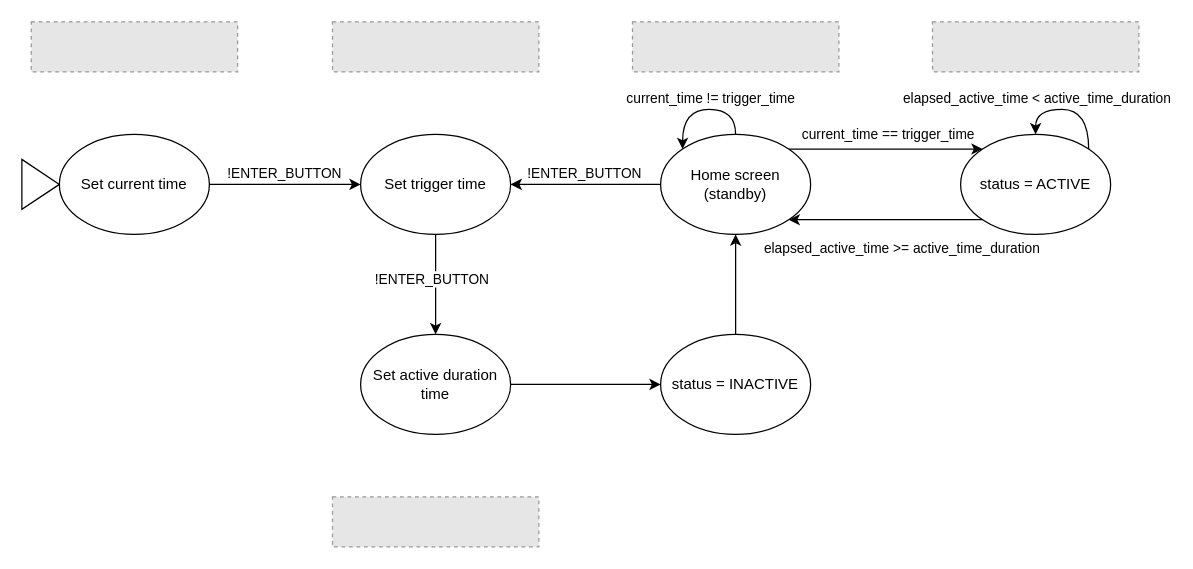
This is state-machine.drawio from teofilosalgado/irrigation-system, a draw.io file, before an edit. Source tidied: cells renumbered, new cells numbered last; positions are measured from the earlier drawing's top-left corner, leaving out a move shared by most shapes. Both pictures are drawn from the tidied source at 125%, with x=0, y=0 at pixel (21, 21). Pictures stored in the file or linked from it are replaced by grey dashed boxes.
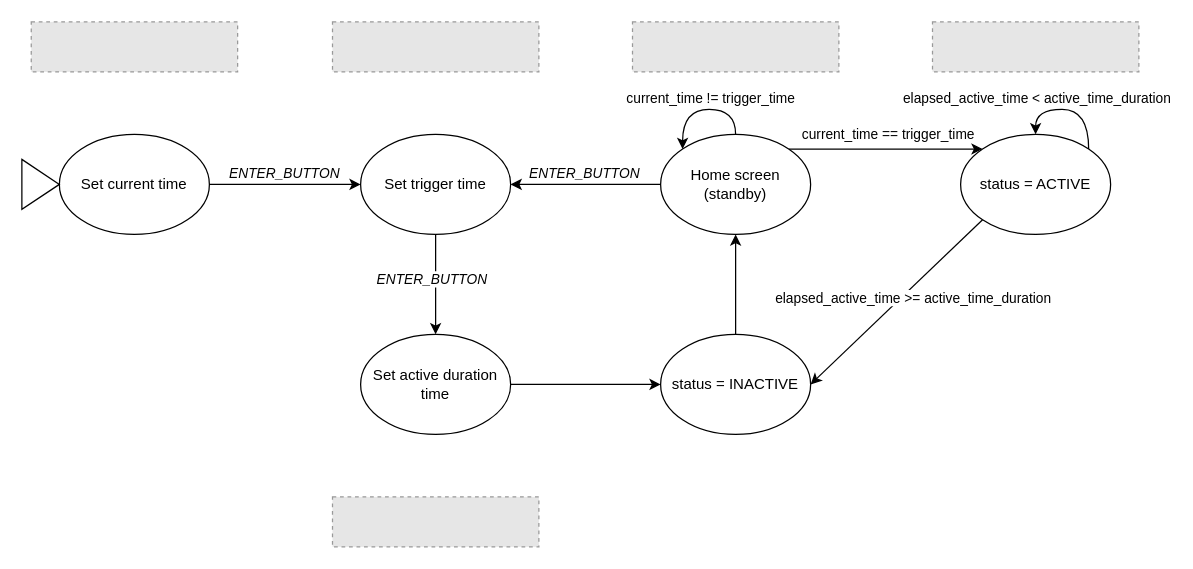
After the change.

Commit message:
State machine update.

The change refers to these unchanged cells:
```xml
<mxCell id="2" style="edgeStyle=orthogonalEdgeStyle;rounded=0;jettySize=auto;html=1;" parent="1" edge="1" source="4" target="7">
  <mxGeometry relative="1" as="geometry" />
</mxCell>
<mxCell id="5" style="edgeStyle=orthogonalEdgeStyle;rounded=0;jettySize=auto;html=1;" parent="1" edge="1" source="7" target="9">
  <mxGeometry relative="1" as="geometry" />
</mxCell>
<mxCell id="11" style="edgeStyle=orthogonalEdgeStyle;rounded=0;jettySize=auto;html=1;" parent="1" edge="1" source="15" target="7">
  <mxGeometry relative="1" as="geometry" />
</mxCell>
<mxCell id="15" value="Home screen (standby)" style="ellipse;whiteSpace=wrap;html=1;" parent="1" vertex="1">
  <mxGeometry x="511" y="90" width="120" height="80" as="geometry" />
</mxCell>
<mxCell id="18" value="status = ACTIVE" style="ellipse;whiteSpace=wrap;html=1;" parent="1" vertex="1">
  <mxGeometry x="751" y="90" width="120" height="80" as="geometry" />
</mxCell>
<mxCell id="20" value="status = INACTIVE" style="ellipse;whiteSpace=wrap;html=1;" parent="1" vertex="1">
  <mxGeometry x="511" y="250" width="120" height="80" as="geometry" />
</mxCell>
```

Change to the diagram source:
```diff
@@
-    <mxCell id="3" value="!ENTER_BUTTON" style="edgeLabel;html=1;align=center;verticalAlign=middle;" parent="2" vertex="1">
+    <mxCell id="3" value="&lt;i&gt;ENTER_BUTTON&lt;/i&gt;" style="edgeLabel;html=1;align=center;verticalAlign=middle;" parent="2" vertex="1">
       <mxGeometry x="-0.03" relative="1" as="geometry">
         <mxPoint y="-10" as="offset" />
       </mxGeometry>
     </mxCell>
@@
-    <mxCell id="6" value="!ENTER_BUTTON" style="edgeLabel;html=1;align=center;verticalAlign=middle;" parent="5" vertex="1">
+    <mxCell id="6" value="&lt;i&gt;ENTER_BUTTON&lt;/i&gt;" style="edgeLabel;html=1;align=center;verticalAlign=middle;" parent="5" vertex="1">
       <mxGeometry x="-0.12" y="-4" relative="1" as="geometry" />
     </mxCell>
@@
-    <mxCell id="12" value="!ENTER_BUTTON" style="edgeLabel;html=1;align=center;verticalAlign=middle;" parent="11" vertex="1">
+    <mxCell id="12" value="&lt;i&gt;ENTER_BUTTON&lt;/i&gt;" style="edgeLabel;html=1;align=center;verticalAlign=middle;" parent="11" vertex="1">
       <mxGeometry x="0.03" y="-1" relative="1" as="geometry">
         <mxPoint y="-9" as="offset" />
       </mxGeometry>
     </mxCell>
@@
-    <mxCell id="16" style="edgeStyle=orthogonalEdgeStyle;rounded=0;jettySize=auto;html=1;exitX=0;exitY=1;exitDx=0;exitDy=0;entryX=1;entryY=1;entryDx=0;entryDy=0;" parent="1" edge="1" source="18" target="15">
+    <mxCell id="16" style="rounded=0;jettySize=auto;html=1;exitX=0;exitY=1;exitDx=0;exitDy=0;entryX=1;entryY=0.5;entryDx=0;entryDy=0;" parent="1" edge="1" source="18" target="20">
       <mxGeometry relative="1" as="geometry" />
     </mxCell>
     <mxCell id="17" value="elapsed_active_time &amp;gt;= active_time_duration" style="edgeLabel;html=1;align=center;verticalAlign=middle;" parent="16" vertex="1">
       <mxGeometry x="0.14" relative="1" as="geometry">
-        <mxPoint x="23" y="22" as="offset" />
+        <mxPoint x="23" y="-13" as="offset" />
       </mxGeometry>
     </mxCell>
```
